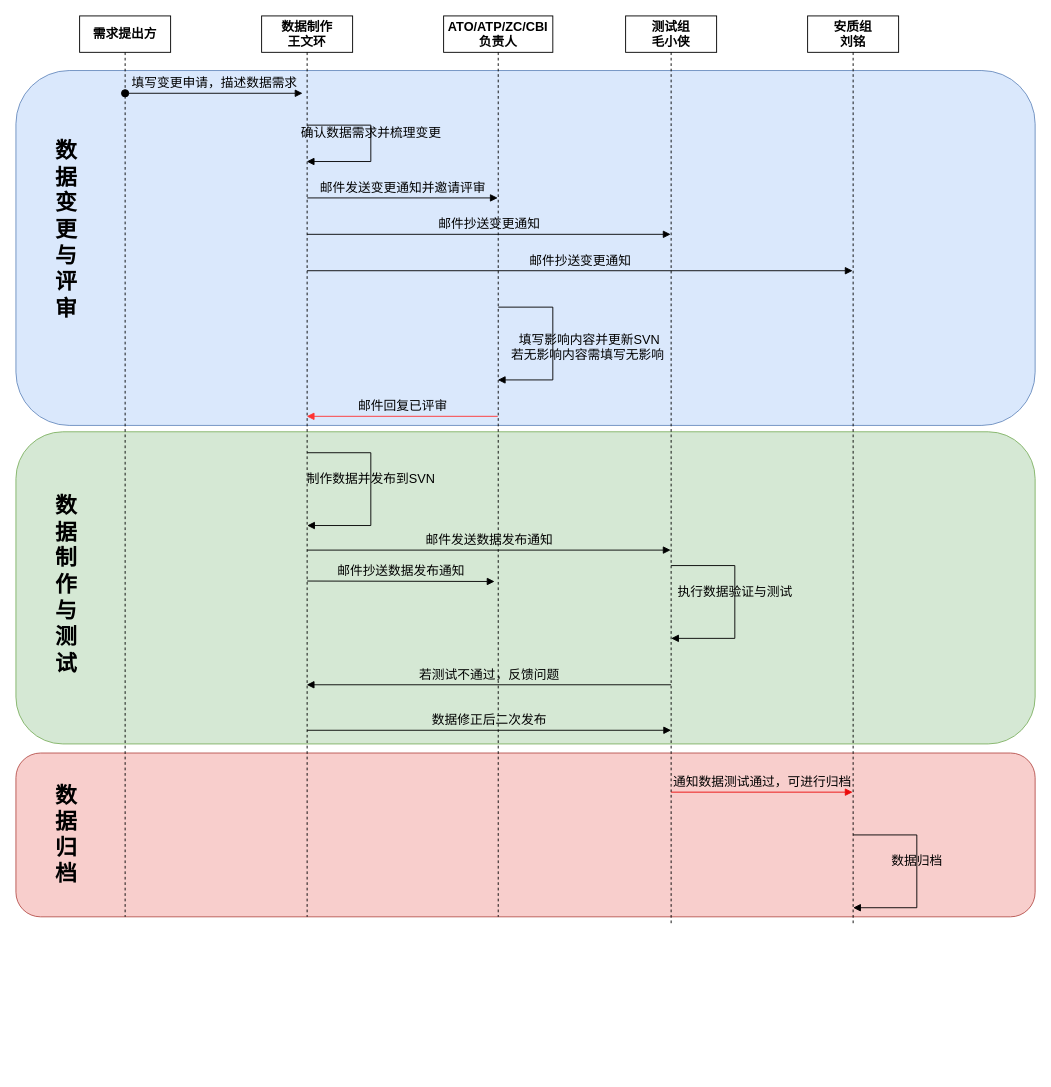
Before: Data-Make-WorkFlow.drawio in how-chwong/nug, a draw.io diagram. Source tidied: cells renumbered, new cells numbered last; positions are measured from the earlier drawing's top-left corner, leaving out a move shared by most shapes. Both pictures are drawn from the tidied source at 91%, with x=0, y=0 at pixel (15, 15).
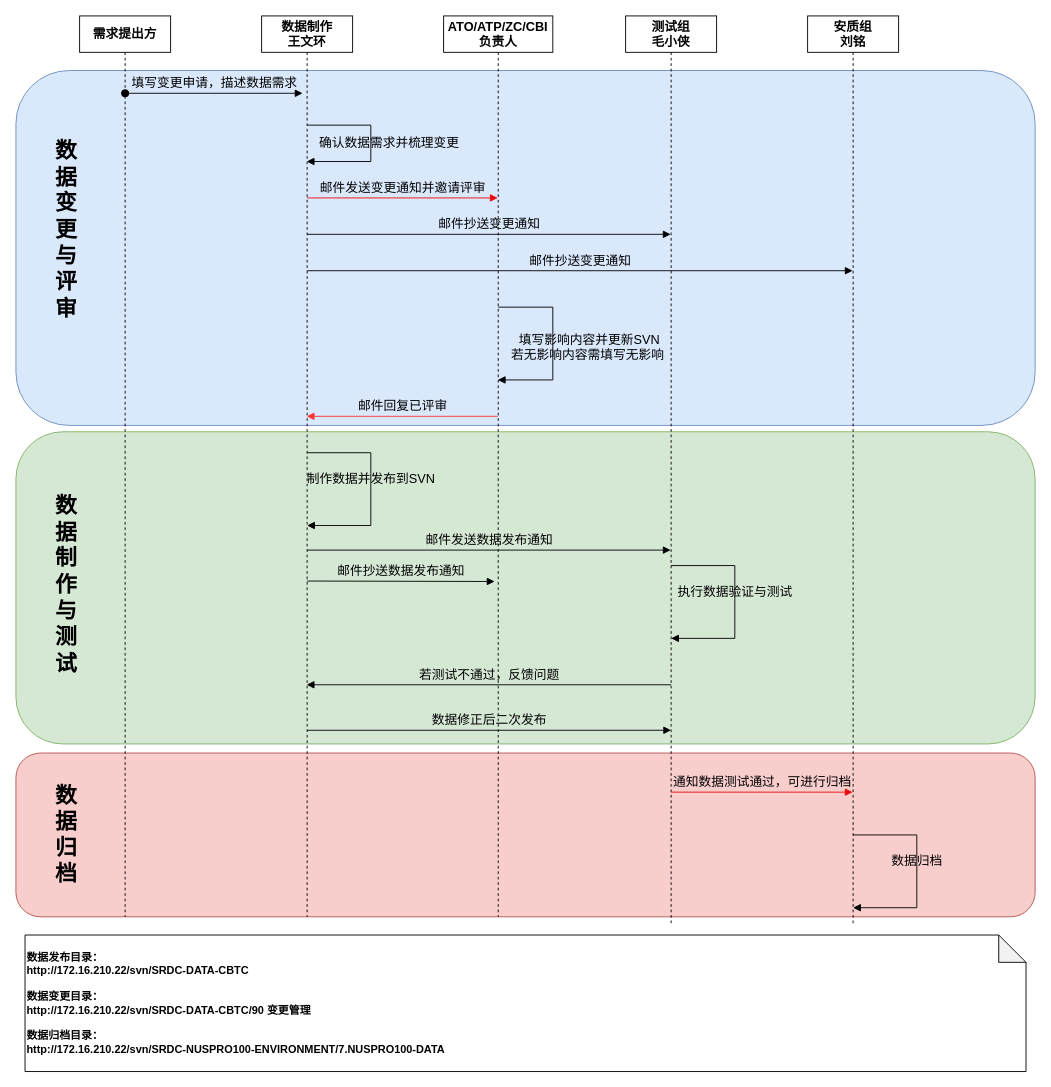
After the change.

The change refers to these unchanged cells:
```xml
<mxCell id="6" value="&lt;b&gt;数据制作&lt;br style=&quot;font-size: 14px;&quot;&gt;王文环&lt;/b&gt;" style="shape=umlLifeline;perimeter=lifelinePerimeter;whiteSpace=wrap;html=1;outlineConnect=0;portConstraint=eastwest;newEdgeStyle={&quot;curved&quot;:0,&quot;rounded&quot;:0};fontSize=14;labelBackgroundColor=none;" parent="1" vertex="1">
  <mxGeometry x="270" width="100" height="990" as="geometry" />
</mxCell>
<mxCell id="10" value="&lt;b&gt;ATO/ATP/ZC/CBI&lt;br style=&quot;font-size: 14px;&quot;&gt;负责人&lt;/b&gt;" style="shape=umlLifeline;perimeter=lifelinePerimeter;whiteSpace=wrap;html=1;outlineConnect=0;portConstraint=eastwest;newEdgeStyle={&quot;curved&quot;:0,&quot;rounded&quot;:0};fontSize=14;labelBackgroundColor=none;" parent="1" vertex="1">
  <mxGeometry x="470" width="120" height="990" as="geometry" />
</mxCell>
```

What changed in the source:
```diff
@@
     <mxCell id="9" value="确认数据需求并梳理变更" style="html=1;verticalAlign=bottom;endArrow=block;curved=0;rounded=0;fontSize=14;labelBackgroundColor=none;" parent="1" edge="1" target="6">
-      <mxGeometry relative="1" as="geometry">
+      <mxGeometry x="0.11" y="20" relative="1" as="geometry">
         <mxPoint x="320" y="120" as="sourcePoint" />
         <Array as="points">
           <mxPoint x="390" y="120" />
           <mxPoint x="390" y="160" />
         </Array>
       </mxGeometry>
     </mxCell>
@@
-    <mxCell id="13" value="邮件发送变更通知并邀请评审" style="html=1;verticalAlign=bottom;endArrow=block;curved=0;rounded=0;fontSize=14;labelBackgroundColor=none;" parent="1" edge="1" target="10">
+    <mxCell id="13" value="邮件发送变更通知并邀请评审" style="html=1;verticalAlign=bottom;endArrow=block;curved=0;rounded=0;fontSize=14;labelBackgroundColor=none;strokeColor=#ed0707;" parent="1" edge="1" target="10">
       <mxGeometry relative="1" as="geometry">
         <mxPoint x="320" y="200" as="sourcePoint" />
       </mxGeometry>
     </mxCell>
@@
+    <mxCell id="29" value="&lt;b&gt;数据发布目录：&lt;br&gt;http://172.16.210.22/svn/SRDC-DATA-CBTC&lt;br&gt;&lt;/b&gt;&lt;br&gt;&lt;b&gt;数据变更目录：&lt;/b&gt;&lt;br&gt;&lt;b&gt;http://172.16.210.22/svn/SRDC-DATA-CBTC/90 变更管理&lt;br&gt;&lt;/b&gt;&lt;br&gt;&lt;b&gt;数据归档目录：&lt;/b&gt;&lt;br&gt;&lt;b&gt;http://172.16.210.22/svn/SRDC-NUSPRO100-ENVIRONMENT/7.NUSPRO100-DATA&lt;/b&gt;" style="shape=note;whiteSpace=wrap;html=1;backgroundOutline=1;darkOpacity=0.05;align=left;" parent="1" vertex="1">
+      <mxGeometry x="10" y="1010" width="1100" height="150" as="geometry" />
+    </mxCell>
```
